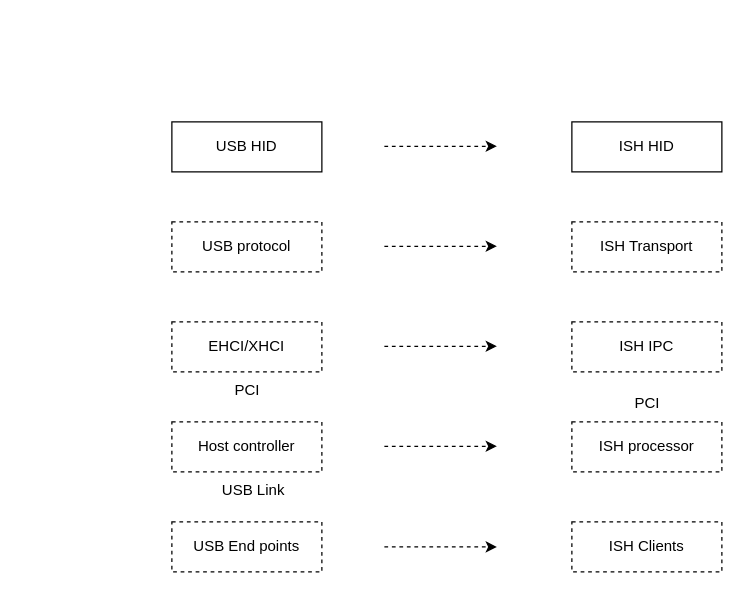
Above: page "框架对比" (1 of 2) of ISH 总线设备驱动模型.drawio in Vinson-001/Blog-flow-chart (draw.io), before the change. Source tidied: cells renumbered, new cells numbered last; positions are measured from the earlier drawing's top-left corner, leaving out a move shared by most shapes. Both pictures are drawn from the tidied source at 125%, with x=0, y=0 at pixel (171, 121).
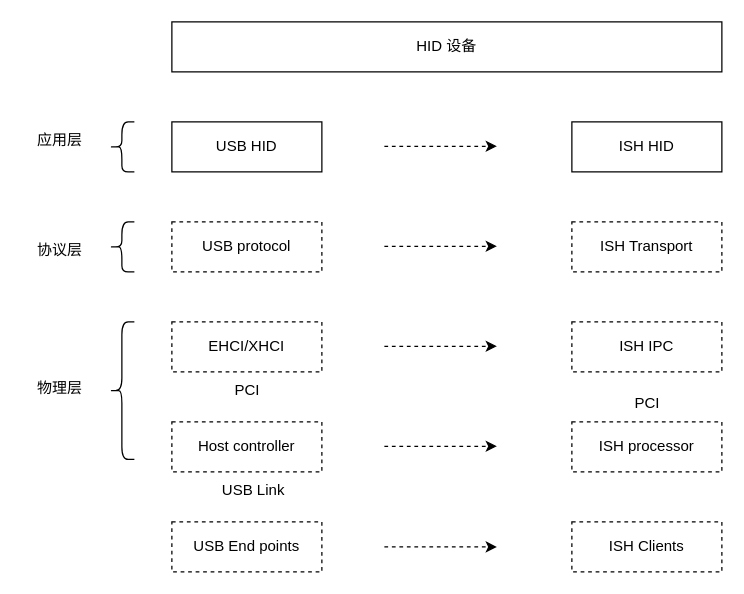
Above is the later version.

What changed in the source:
```diff
@@
+    <mxCell id="20" value="HID 设备" style="rounded=0;whiteSpace=wrap;html=1;" parent="1" vertex="1">
+      <mxGeometry y="-80" width="440" height="40" as="geometry" />
+    </mxCell>
+    <mxCell id="21" style="shape=curlyBracket;whiteSpace=wrap;html=1;rounded=1;labelPosition=left;verticalLabelPosition=middle;align=right;verticalAlign=middle;" parent="1" vertex="1">
+      <mxGeometry x="-50" width="20" height="40" as="geometry" />
+    </mxCell>
+    <mxCell id="22" value="应用层" style="text;html=1;align=center;verticalAlign=middle;strokeColor=none;fillColor=none;" parent="1" vertex="1">
+      <mxGeometry x="-120" width="60" height="30" as="geometry" />
+    </mxCell>
+    <mxCell id="23" style="shape=curlyBracket;whiteSpace=wrap;html=1;rounded=1;labelPosition=left;verticalLabelPosition=middle;align=right;verticalAlign=middle;" parent="1" vertex="1">
+      <mxGeometry x="-50" y="80" width="20" height="40" as="geometry" />
+    </mxCell>
+    <mxCell id="24" value="协议层" style="text;html=1;align=center;verticalAlign=middle;strokeColor=none;fillColor=none;" parent="1" vertex="1">
+      <mxGeometry x="-120" y="88" width="60" height="30" as="geometry" />
+    </mxCell>
+    <mxCell id="25" style="shape=curlyBracket;whiteSpace=wrap;html=1;rounded=1;labelPosition=left;verticalLabelPosition=middle;align=right;verticalAlign=middle;" parent="1" vertex="1">
+      <mxGeometry x="-50" y="160" width="20" height="110" as="geometry" />
+    </mxCell>
+    <mxCell id="26" value="物理层" style="text;html=1;align=center;verticalAlign=middle;strokeColor=none;fillColor=none;" parent="1" vertex="1">
+      <mxGeometry x="-120" y="198" width="60" height="30" as="geometry" />
+    </mxCell>
```
